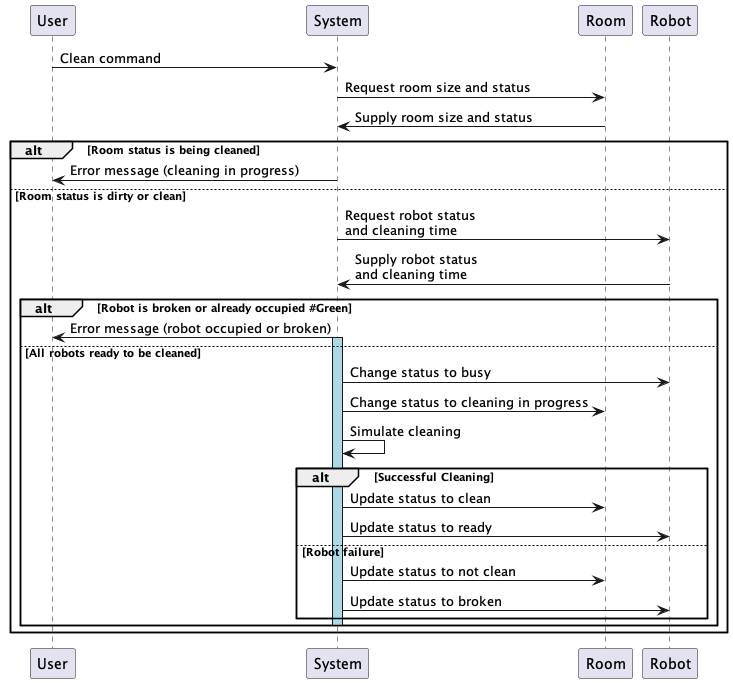
The PlantUML diagram docs/design/sequence_diagrams/images/clean_room_seq_diag.png in arisk02/robot-fleet-management-system, before a commit. The source it was exported from:
```plantuml
@startuml
User -> System : Clean command
System -> Room : Request room size and status
Room -> System : Supply room size and status
alt Room status is being cleaned
    System -> User : Error message (cleaning in progress)
else Room status is dirty or clean
    System -> Robot : Request robot status\nand cleaning time
    Robot -> System : Supply robot status\nand cleaning time
    alt Robot is broken or already occupied #Green
        System -> User : Error message (robot occupied or broken)
    else All robots ready to be cleaned
        activate System #LightBlue
        System -> Robot : Change status to busy
        System -> Room : Change status to cleaning in progress
        System -> System : Simulate cleaning
        alt Successful Cleaning
            System -> Room : Update status to clean
            System -> Robot : Update status to ready
        else Robot failure
            System -> Room : Update status to not clean
            System -> Robot : Update status to broken
        end
        deactivate System
    end
end

@enduml
```
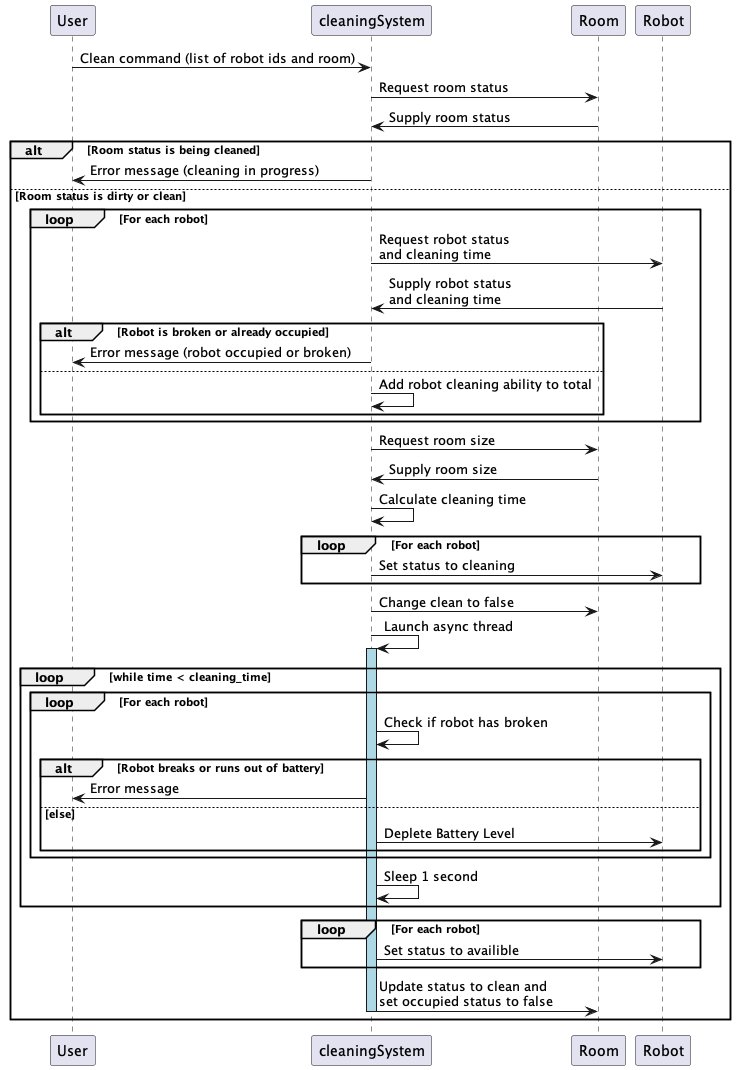
Above is the later version.

The edit, as a diff of the source:
```diff
@@ -1,28 +1,44 @@
-@startuml
-User -> System : Clean command
-System -> Room : Request room size and status
-Room -> System : Supply room size and status
+@startuml clean_sequence-diag
+User -> cleaningSystem : Clean command (list of robot ids and room)
+cleaningSystem -> Room : Request room status
+Room -> cleaningSystem : Supply room status
 alt Room status is being cleaned
-    System -> User : Error message (cleaning in progress)
+    cleaningSystem -> User : Error message (cleaning in progress)
 else Room status is dirty or clean
-    System -> Robot : Request robot status\nand cleaning time
-    Robot -> System : Supply robot status\nand cleaning time
-    alt Robot is broken or already occupied #Green
-        System -> User : Error message (robot occupied or broken)
-    else All robots ready to be cleaned
-        activate System #LightBlue
-        System -> Robot : Change status to busy
-        System -> Room : Change status to cleaning in progress
-        System -> System : Simulate cleaning
-        alt Successful Cleaning
-            System -> Room : Update status to clean
-            System -> Robot : Update status to ready
-        else Robot failure
-            System -> Room : Update status to not clean
-            System -> Robot : Update status to broken
+    loop For each robot
+    cleaningSystem -> Robot : Request robot status\nand cleaning time
+    Robot -> cleaningSystem : Supply robot status\nand cleaning time
+    alt Robot is broken or already occupied
+        cleaningSystem -> User : Error message (robot occupied or broken)
+    else
+        cleaningSystem -> cleaningSystem : Add robot cleaning ability to total
+    end
+    end
+    cleaningSystem -> Room : Request room size
+    Room -> cleaningSystem : Supply room size
+    cleaningSystem -> cleaningSystem : Calculate cleaning time
+    loop For each robot
+    cleaningSystem -> Robot : Set status to cleaning
+    end
+    cleaningSystem -> Room : Change clean to false
+    cleaningSystem -> cleaningSystem : Launch async thread
+    loop while time < cleaning_time
+        activate cleaningSystem #LightBlue
+        loop For each robot
+        cleaningSystem -> cleaningSystem : Check if robot has broken
+        alt Robot breaks or runs out of battery
+            cleaningSystem -> User : Error message
+        else else
+            cleaningSystem -> Robot : Deplete Battery Level
+            end
         end
-        deactivate System
+        cleaningSystem -> cleaningSystem : Sleep 1 second
     end
+    loop For each robot
+    cleaningSystem -> Robot : Set status to availible
+    end
+     cleaningSystem -> Room : Update status to clean and \nset occupied status to false
+    deactivate cleaningSystem
 end
 
 @enduml
```
